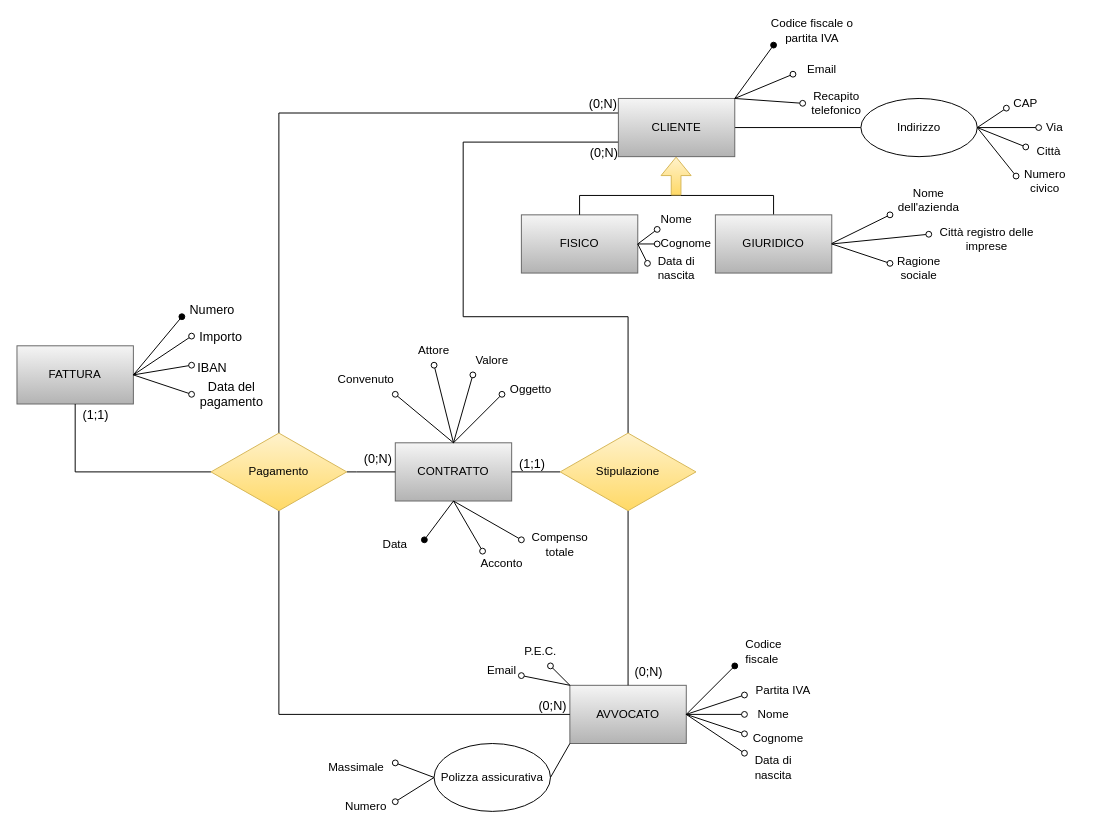
AndreaCiv/BasiDiDati keeps this draw.io diagram as DiagrammaER_Sotto.drawio. Above is the earlier version. Source tidied: cells renumbered, new cells numbered last; positions are measured from the earlier drawing's top-left corner, leaving out a move shared by most shapes. Both pictures are drawn from the tidied source at 97%, with x=0, y=0 at pixel (16, 25).
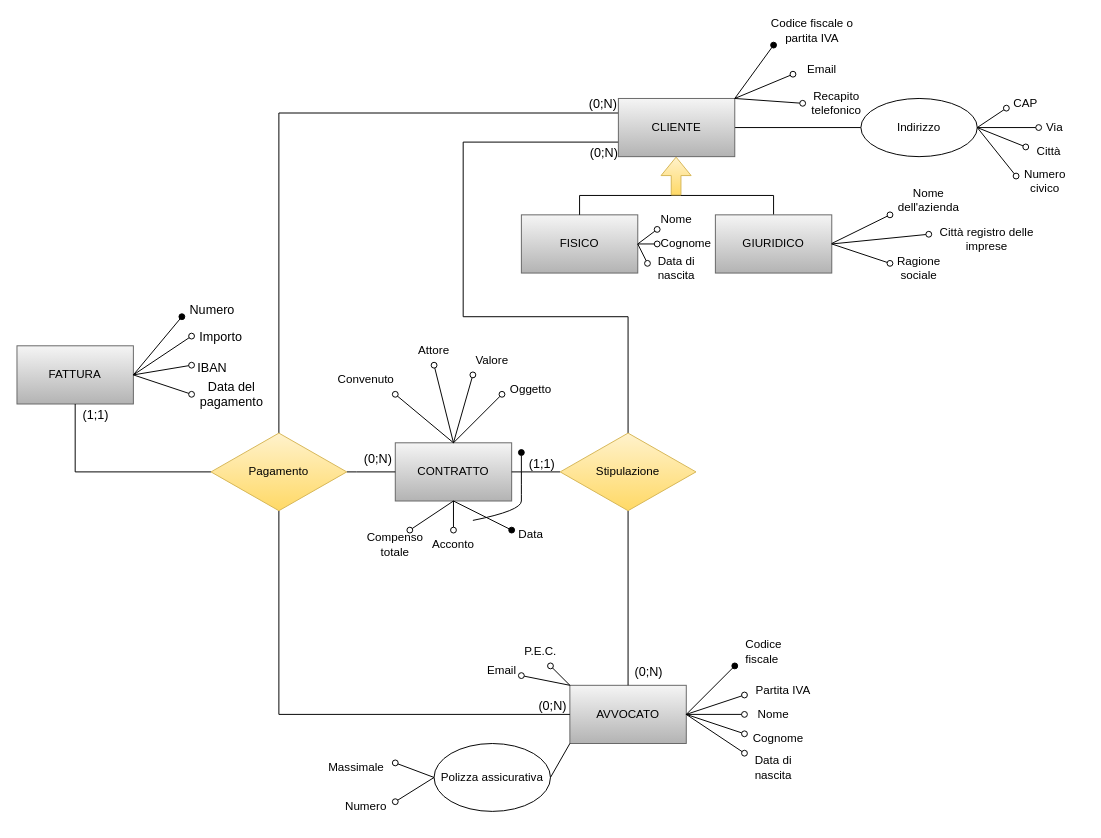
Above is the later version.

Unchanged cells that the change refers to:
```xml
<mxCell id="2" value="CONTRATTO" style="rounded=0;whiteSpace=wrap;html=1;fillColor=#f5f5f5;gradientColor=#b3b3b3;strokeColor=#666666;" parent="1" vertex="1">
  <mxGeometry x="390" y="430" width="120" height="60" as="geometry" />
</mxCell>
<mxCell id="7" style="edgeStyle=orthogonalEdgeStyle;rounded=0;jettySize=auto;html=1;startArrow=none;startFill=0;endArrow=none;endFill=0;" parent="1" edge="1" source="11" target="2">
  <mxGeometry relative="1" as="geometry" />
</mxCell>
```

Diff of the diagram source:
```diff
@@
     <mxCell id="8" value="(1;1)" style="edgeLabel;html=1;align=center;verticalAlign=middle;fontSize=13;" parent="7" vertex="1">
       <mxGeometry x="0.6" y="2" relative="1" as="geometry">
-        <mxPoint x="10" y="-12" as="offset" />
+        <mxPoint x="20" y="-12" as="offset" />
       </mxGeometry>
     </mxCell>
@@
-    <mxCell id="37" style="endArrow=oval;html=1;rounded=0;endFill=0;exitX=0.5;exitY=1;exitDx=0;exitDy=0;" parent="1" edge="1" source="2">
-      <mxGeometry relative="1" as="geometry">
-        <mxPoint x="520" y="530" as="targetPoint" />
-      </mxGeometry>
+    <mxCell id="37" style="endArrow=oval;html=1;rounded=0;endFill=0;exitX=0.5;exitY=1;exitDx=0;exitDy=0;entryX=0.75;entryY=0;entryDx=0;entryDy=0;" parent="1" edge="1" source="2" target="38">
+      <mxGeometry relative="1" as="geometry" />
     </mxCell>
     <mxCell id="38" value="Compenso&lt;br&gt;totale" style="text;html=1;strokeColor=none;fillColor=none;align=center;verticalAlign=middle;whiteSpace=wrap;rounded=0;" parent="1" vertex="1">
-      <mxGeometry x="530" y="520" width="60" height="30" as="geometry" />
+      <mxGeometry x="360" y="520" width="60" height="30" as="geometry" />
     </mxCell>
     <mxCell id="39" style="endArrow=oval;html=1;rounded=0;endFill=0;exitX=0.5;exitY=1;exitDx=0;exitDy=0;" parent="1" edge="1" source="2">
       <mxGeometry relative="1" as="geometry">
-        <mxPoint x="480" y="541.7" as="targetPoint" />
+        <mxPoint x="450" y="520" as="targetPoint" />
       </mxGeometry>
     </mxCell>
     <mxCell id="40" value="Acconto" style="text;html=1;strokeColor=none;fillColor=none;align=center;verticalAlign=middle;whiteSpace=wrap;rounded=0;" parent="1" vertex="1">
-      <mxGeometry x="470" y="540" width="60" height="30" as="geometry" />
+      <mxGeometry x="420" y="520" width="60" height="30" as="geometry" />
     </mxCell>
     <mxCell id="41" style="endArrow=oval;html=1;rounded=0;endFill=1;exitX=0.5;exitY=1;exitDx=0;exitDy=0;" parent="1" edge="1" source="2">
       <mxGeometry relative="1" as="geometry">
-        <mxPoint x="420" y="530" as="targetPoint" />
+        <mxPoint x="510" y="520" as="targetPoint" />
       </mxGeometry>
     </mxCell>
     <mxCell id="42" value="Data" style="text;html=1;strokeColor=none;fillColor=none;align=center;verticalAlign=middle;whiteSpace=wrap;rounded=0;" parent="1" vertex="1">
-      <mxGeometry x="360" y="520" width="60" height="30" as="geometry" />
+      <mxGeometry x="500" y="510" width="60" height="30" as="geometry" />
     </mxCell>
@@
+    <mxCell id="96" style="curved=1;endArrow=oval;html=1;rounded=0;endFill=1;" parent="1" edge="1">
+      <mxGeometry relative="1" as="geometry">
+        <mxPoint x="470" y="510" as="sourcePoint" />
+        <mxPoint x="520" y="440" as="targetPoint" />
+        <Array as="points">
+          <mxPoint x="520" y="500" />
+          <mxPoint x="520" y="480" />
+        </Array>
+      </mxGeometry>
+    </mxCell>
```
